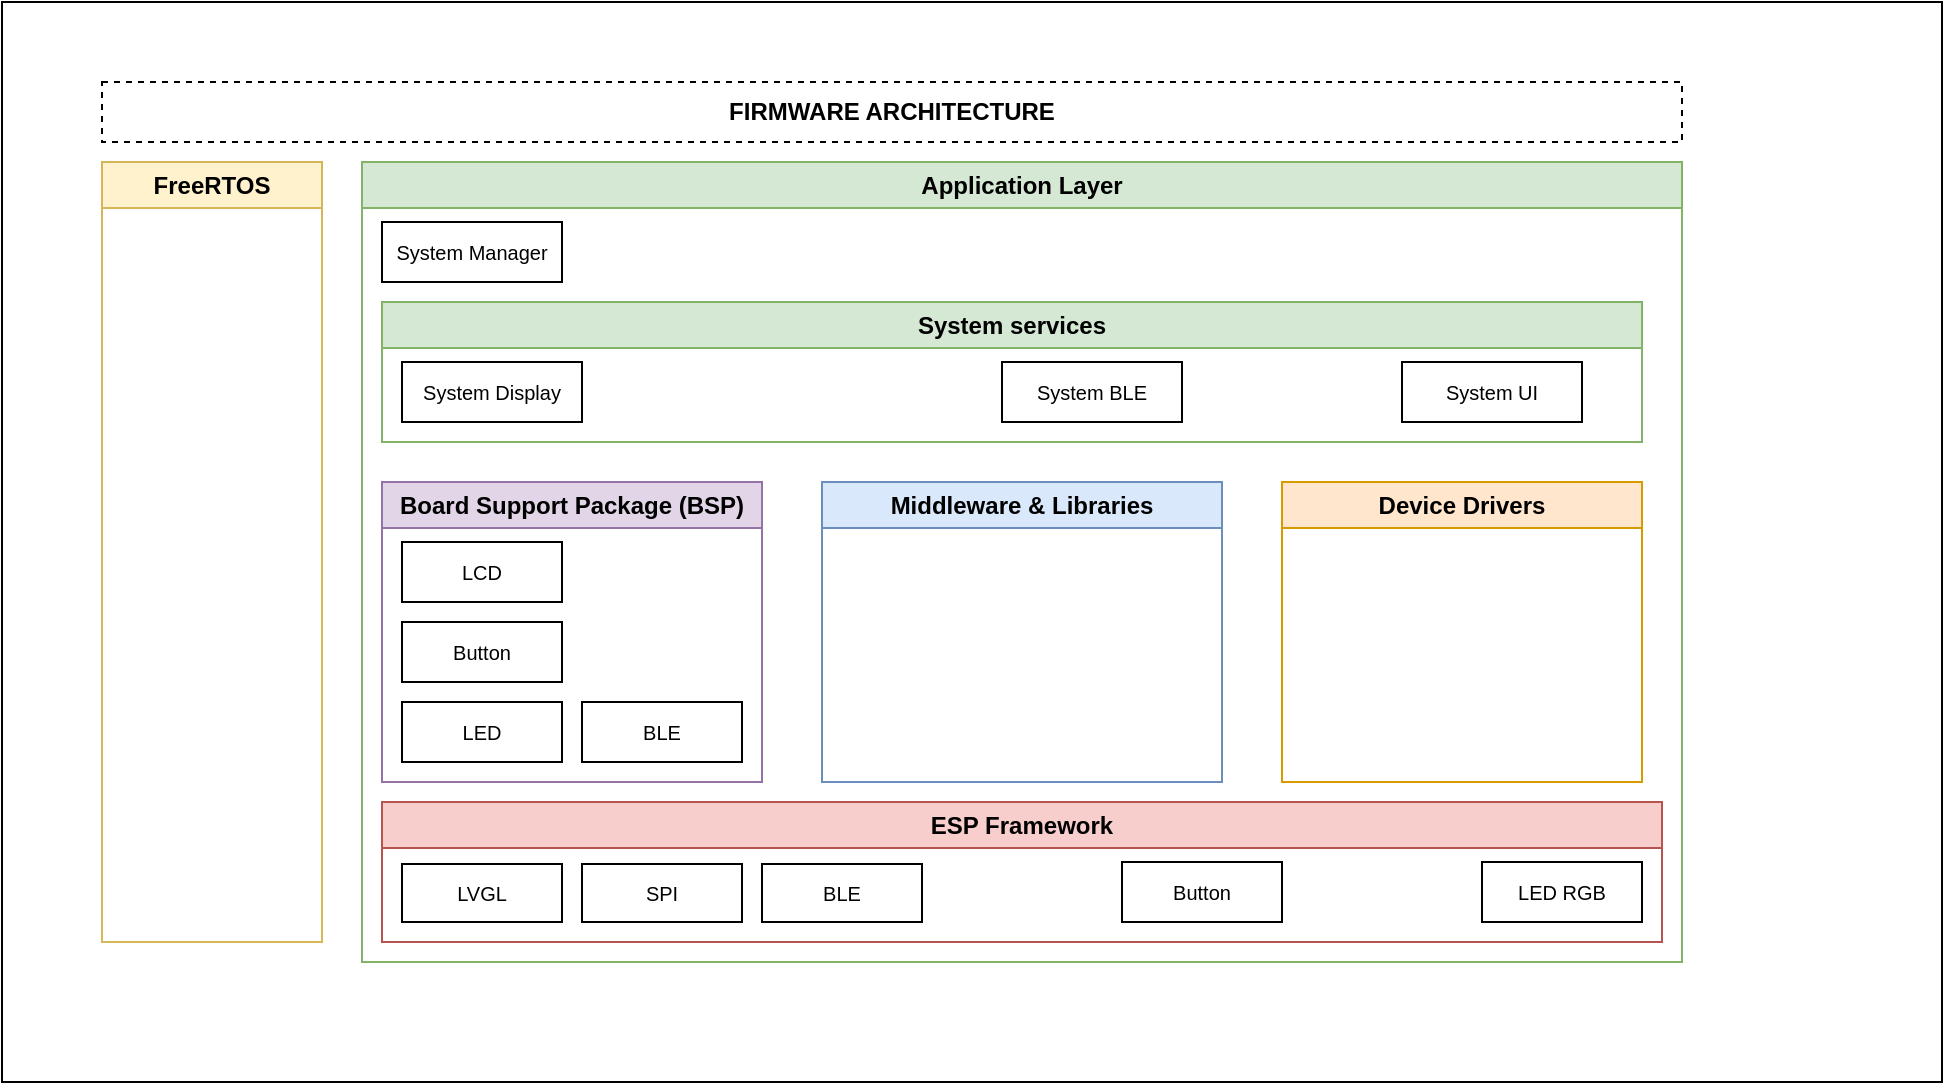
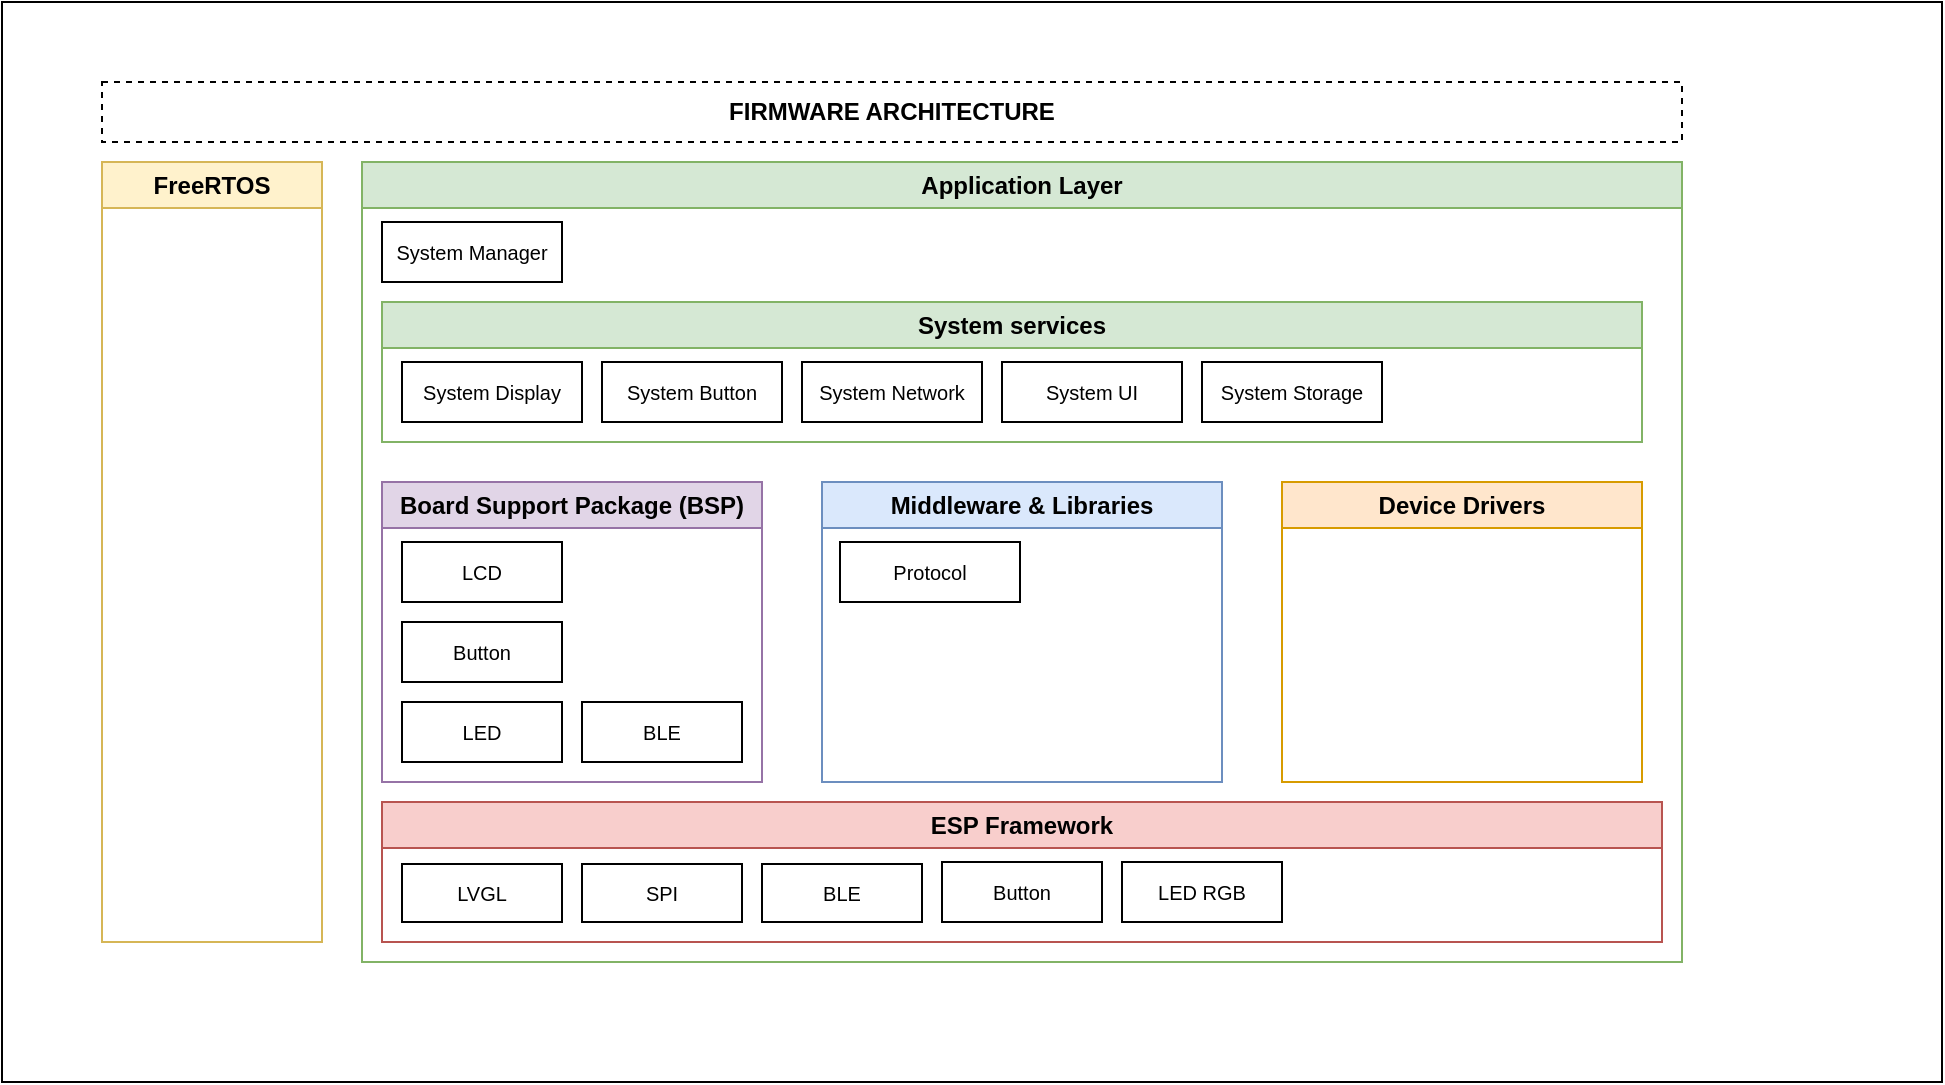
<mxfile host="65bd71144e">
    <diagram id="C5RBs43oDa-KdzZeNtuy" name="Page-1">
-         <mxGraphModel dx="2261" dy="795" grid="1" gridSize="10" guides="1" tooltips="1" connect="1" arrows="1" fold="1" page="1" pageScale="1" pageWidth="827" pageHeight="1169" math="0" shadow="0">
+         <mxGraphModel dx="1948" dy="476" grid="1" gridSize="10" guides="1" tooltips="1" connect="1" arrows="1" fold="1" page="1" pageScale="1" pageWidth="827" pageHeight="1169" math="0" shadow="0">
            <root>
                <mxCell id="WIyWlLk6GJQsqaUBKTNV-0"/>
                <mxCell id="WIyWlLk6GJQsqaUBKTNV-1" parent="WIyWlLk6GJQsqaUBKTNV-0"/>
                <mxCell id="16" value="" style="rounded=0;whiteSpace=wrap;html=1;" parent="WIyWlLk6GJQsqaUBKTNV-1" vertex="1">
                    <mxGeometry x="-50" y="390" width="970" height="540" as="geometry"/>
                </mxCell>
                <mxCell id="03lXVdggz8M708RV7IZC-12" value="ESP Framework" style="swimlane;whiteSpace=wrap;html=1;fillColor=#f8cecc;strokeColor=#b85450;" parent="WIyWlLk6GJQsqaUBKTNV-1" vertex="1">
                    <mxGeometry x="140" y="790" width="640" height="70" as="geometry">
                        <mxRectangle x="200" y="560" width="140" height="30" as="alternateBounds"/>
                    </mxGeometry>
                </mxCell>
                <mxCell id="dJ-mY9FMEKMFqIc_xiL3-14" value="LVGL" style="text;align=center;verticalAlign=middle;spacingLeft=4;spacingRight=4;overflow=hidden;rotatable=0;points=[[0,0.5],[1,0.5]];portConstraint=eastwest;strokeColor=default;labelPosition=center;verticalLabelPosition=middle;labelBorderColor=none;labelBackgroundColor=none;direction=north;fillColor=none;gradientColor=none;rounded=0;glass=0;shadow=0;flipH=0;flipV=1;fontSize=10;" parent="03lXVdggz8M708RV7IZC-12" vertex="1">
                    <mxGeometry x="10" y="31" width="80" height="29" as="geometry"/>
                </mxCell>
                <mxCell id="0" value="SPI" style="text;align=center;verticalAlign=middle;spacingLeft=4;spacingRight=4;overflow=hidden;rotatable=0;points=[[0,0.5],[1,0.5]];portConstraint=eastwest;strokeColor=default;labelPosition=center;verticalLabelPosition=middle;labelBorderColor=none;labelBackgroundColor=none;direction=north;fillColor=none;gradientColor=none;rounded=0;glass=0;shadow=0;flipH=0;flipV=1;fontSize=10;" parent="03lXVdggz8M708RV7IZC-12" vertex="1">
                    <mxGeometry x="100" y="31" width="80" height="29" as="geometry"/>
                </mxCell>
                <mxCell id="1" value="BLE" style="text;align=center;verticalAlign=middle;spacingLeft=4;spacingRight=4;overflow=hidden;rotatable=0;points=[[0,0.5],[1,0.5]];portConstraint=eastwest;strokeColor=default;labelPosition=center;verticalLabelPosition=middle;labelBorderColor=none;labelBackgroundColor=none;direction=north;fillColor=none;gradientColor=none;rounded=0;glass=0;shadow=0;flipH=0;flipV=1;fontSize=10;" parent="03lXVdggz8M708RV7IZC-12" vertex="1">
                    <mxGeometry x="190" y="31" width="80" height="29" as="geometry"/>
                </mxCell>
                <mxCell id="03lXVdggz8M708RV7IZC-17" value="Board Support Package (BSP)" style="swimlane;whiteSpace=wrap;html=1;fillColor=#e1d5e7;strokeColor=#9673a6;" parent="WIyWlLk6GJQsqaUBKTNV-1" vertex="1">
                    <mxGeometry x="140" y="630" width="190" height="150" as="geometry">
                        <mxRectangle x="130" y="630" width="210" height="30" as="alternateBounds"/>
                    </mxGeometry>
                </mxCell>
                <mxCell id="03lXVdggz8M708RV7IZC-18" value="LCD" style="text;align=center;verticalAlign=middle;spacingLeft=4;spacingRight=4;overflow=hidden;rotatable=0;points=[[0,0.5],[1,0.5]];portConstraint=eastwest;strokeColor=default;labelPosition=center;verticalLabelPosition=middle;labelBorderColor=none;labelBackgroundColor=none;direction=north;fillColor=none;gradientColor=none;rounded=0;glass=0;shadow=0;flipH=0;flipV=1;fontSize=10;" parent="03lXVdggz8M708RV7IZC-17" vertex="1">
                    <mxGeometry x="10" y="30" width="80" height="30" as="geometry"/>
                </mxCell>
                <mxCell id="03lXVdggz8M708RV7IZC-26" value="Middleware &amp;amp; Libraries" style="swimlane;whiteSpace=wrap;html=1;fillColor=#dae8fc;strokeColor=#6c8ebf;" parent="WIyWlLk6GJQsqaUBKTNV-1" vertex="1">
                    <mxGeometry x="360" y="630" width="200" height="150" as="geometry">
                        <mxRectangle x="300" y="550" width="210" height="30" as="alternateBounds"/>
                    </mxGeometry>
                </mxCell>
                <mxCell id="03lXVdggz8M708RV7IZC-33" value="Device Drivers" style="swimlane;whiteSpace=wrap;html=1;fillColor=#ffe6cc;strokeColor=#d79b00;" parent="WIyWlLk6GJQsqaUBKTNV-1" vertex="1">
                    <mxGeometry x="590" y="630" width="180" height="150" as="geometry">
                        <mxRectangle x="300" y="550" width="210" height="30" as="alternateBounds"/>
                    </mxGeometry>
                </mxCell>
                <mxCell id="kEuUtvvU3t5RZF5bv2r5-0" value="Application Layer" style="swimlane;whiteSpace=wrap;html=1;fillColor=#d5e8d4;strokeColor=#82b366;" parent="WIyWlLk6GJQsqaUBKTNV-1" vertex="1">
                    <mxGeometry x="130" y="470" width="660" height="400" as="geometry"/>
                </mxCell>
                <mxCell id="kEuUtvvU3t5RZF5bv2r5-1" value="System Manager" style="text;align=center;verticalAlign=middle;spacingLeft=4;spacingRight=4;overflow=hidden;rotatable=0;points=[[0,0.5],[1,0.5]];portConstraint=eastwest;strokeColor=default;labelPosition=center;verticalLabelPosition=middle;labelBorderColor=none;labelBackgroundColor=none;direction=north;fillColor=none;gradientColor=none;rounded=0;glass=0;shadow=0;flipH=0;flipV=1;fontSize=10;" parent="kEuUtvvU3t5RZF5bv2r5-0" vertex="1">
                    <mxGeometry x="10" y="30" width="90" height="30" as="geometry"/>
                </mxCell>
                <mxCell id="kEuUtvvU3t5RZF5bv2r5-2" value="System services" style="swimlane;whiteSpace=wrap;html=1;fillColor=#d5e8d4;strokeColor=#82b366;" parent="kEuUtvvU3t5RZF5bv2r5-0" vertex="1">
                    <mxGeometry x="10" y="70" width="630" height="70" as="geometry"/>
                </mxCell>
                <mxCell id="kEuUtvvU3t5RZF5bv2r5-8" value="System Display" style="text;align=center;verticalAlign=middle;spacingLeft=4;spacingRight=4;overflow=hidden;rotatable=0;points=[[0,0.5],[1,0.5]];portConstraint=eastwest;strokeColor=default;labelPosition=center;verticalLabelPosition=middle;labelBorderColor=none;labelBackgroundColor=none;direction=north;fillColor=none;gradientColor=none;rounded=0;glass=0;shadow=0;flipH=0;flipV=1;fontSize=10;" parent="kEuUtvvU3t5RZF5bv2r5-2" vertex="1">
                    <mxGeometry x="10" y="30" width="90" height="30" as="geometry"/>
                </mxCell>
-                 <mxCell id="13" value="System BLE" style="text;align=center;verticalAlign=middle;spacingLeft=4;spacingRight=4;overflow=hidden;rotatable=0;points=[[0,0.5],[1,0.5]];portConstraint=eastwest;strokeColor=default;labelPosition=center;verticalLabelPosition=middle;labelBorderColor=none;labelBackgroundColor=none;direction=north;fillColor=none;gradientColor=none;rounded=0;glass=0;shadow=0;flipH=0;flipV=1;fontSize=10;" parent="kEuUtvvU3t5RZF5bv2r5-2" vertex="1">
+                 <mxCell id="13" value="System Network" style="text;align=center;verticalAlign=middle;spacingLeft=4;spacingRight=4;overflow=hidden;rotatable=0;points=[[0,0.5],[1,0.5]];portConstraint=eastwest;strokeColor=default;labelPosition=center;verticalLabelPosition=middle;labelBorderColor=none;labelBackgroundColor=none;direction=north;fillColor=none;gradientColor=none;rounded=0;glass=0;shadow=0;flipH=0;flipV=1;fontSize=10;" parent="kEuUtvvU3t5RZF5bv2r5-2" vertex="1">
+                     <mxGeometry x="210" y="30" width="90" height="30" as="geometry"/>
+                 </mxCell>
+                 <mxCell id="15" value="System UI" style="text;align=center;verticalAlign=middle;spacingLeft=4;spacingRight=4;overflow=hidden;rotatable=0;points=[[0,0.5],[1,0.5]];portConstraint=eastwest;strokeColor=default;labelPosition=center;verticalLabelPosition=middle;labelBorderColor=none;labelBackgroundColor=none;direction=north;fillColor=none;gradientColor=none;rounded=0;glass=0;shadow=0;flipH=0;flipV=1;fontSize=10;" parent="kEuUtvvU3t5RZF5bv2r5-2" vertex="1">
                    <mxGeometry x="310" y="30" width="90" height="30" as="geometry"/>
                </mxCell>
-                 <mxCell id="15" value="System UI" style="text;align=center;verticalAlign=middle;spacingLeft=4;spacingRight=4;overflow=hidden;rotatable=0;points=[[0,0.5],[1,0.5]];portConstraint=eastwest;strokeColor=default;labelPosition=center;verticalLabelPosition=middle;labelBorderColor=none;labelBackgroundColor=none;direction=north;fillColor=none;gradientColor=none;rounded=0;glass=0;shadow=0;flipH=0;flipV=1;fontSize=10;" parent="kEuUtvvU3t5RZF5bv2r5-2" vertex="1">
-                     <mxGeometry x="510" y="30" width="90" height="30" as="geometry"/>
+                 <mxCell id="PRTqRGUFrLDGeIXKfcso-16" value="System Button" style="text;align=center;verticalAlign=middle;spacingLeft=4;spacingRight=4;overflow=hidden;rotatable=0;points=[[0,0.5],[1,0.5]];portConstraint=eastwest;strokeColor=default;labelPosition=center;verticalLabelPosition=middle;labelBorderColor=none;labelBackgroundColor=none;direction=north;fillColor=none;gradientColor=none;rounded=0;glass=0;shadow=0;flipH=0;flipV=1;fontSize=10;" vertex="1" parent="kEuUtvvU3t5RZF5bv2r5-2">
+                     <mxGeometry x="110" y="30" width="90" height="30" as="geometry"/>
+                 </mxCell>
+                 <mxCell id="OecvCvfDnlIE35BbcZs1-16" value="System Storage" style="text;align=center;verticalAlign=middle;spacingLeft=4;spacingRight=4;overflow=hidden;rotatable=0;points=[[0,0.5],[1,0.5]];portConstraint=eastwest;strokeColor=default;labelPosition=center;verticalLabelPosition=middle;labelBorderColor=none;labelBackgroundColor=none;direction=north;fillColor=none;gradientColor=none;rounded=0;glass=0;shadow=0;flipH=0;flipV=1;fontSize=10;" vertex="1" parent="kEuUtvvU3t5RZF5bv2r5-2">
+                     <mxGeometry x="410" y="30" width="90" height="30" as="geometry"/>
                </mxCell>
                <mxCell id="2" value="FreeRTOS" style="swimlane;whiteSpace=wrap;html=1;fillColor=#fff2cc;strokeColor=#d6b656;startSize=23;" parent="kEuUtvvU3t5RZF5bv2r5-0" vertex="1">
                    <mxGeometry x="-130" width="110" height="390" as="geometry">
                        <mxRectangle x="200" y="560" width="140" height="30" as="alternateBounds"/>
                    </mxGeometry>
                </mxCell>
                <mxCell id="03lXVdggz8M708RV7IZC-34" value="Button" style="text;align=center;verticalAlign=middle;spacingLeft=4;spacingRight=4;overflow=hidden;rotatable=0;points=[[0,0.5],[1,0.5]];portConstraint=eastwest;strokeColor=default;labelPosition=center;verticalLabelPosition=middle;labelBorderColor=none;labelBackgroundColor=none;direction=north;fillColor=none;gradientColor=none;rounded=0;glass=0;shadow=0;flipH=0;flipV=1;fontSize=10;" parent="kEuUtvvU3t5RZF5bv2r5-0" vertex="1">
+                     <mxGeometry x="290" y="350" width="80" height="30" as="geometry"/>
+                 </mxCell>
+                 <mxCell id="7" value="LED RGB" style="text;align=center;verticalAlign=middle;spacingLeft=4;spacingRight=4;overflow=hidden;rotatable=0;points=[[0,0.5],[1,0.5]];portConstraint=eastwest;strokeColor=default;labelPosition=center;verticalLabelPosition=middle;labelBorderColor=none;labelBackgroundColor=none;direction=north;fillColor=none;gradientColor=none;rounded=0;glass=0;shadow=0;flipH=0;flipV=1;fontSize=10;" parent="kEuUtvvU3t5RZF5bv2r5-0" vertex="1">
                    <mxGeometry x="380" y="350" width="80" height="30" as="geometry"/>
-                 </mxCell>
-                 <mxCell id="7" value="LED RGB" style="text;align=center;verticalAlign=middle;spacingLeft=4;spacingRight=4;overflow=hidden;rotatable=0;points=[[0,0.5],[1,0.5]];portConstraint=eastwest;strokeColor=default;labelPosition=center;verticalLabelPosition=middle;labelBorderColor=none;labelBackgroundColor=none;direction=north;fillColor=none;gradientColor=none;rounded=0;glass=0;shadow=0;flipH=0;flipV=1;fontSize=10;" parent="kEuUtvvU3t5RZF5bv2r5-0" vertex="1">
-                     <mxGeometry x="560" y="350" width="80" height="30" as="geometry"/>
                </mxCell>
                <mxCell id="9" value="Button" style="text;align=center;verticalAlign=middle;spacingLeft=4;spacingRight=4;overflow=hidden;rotatable=0;points=[[0,0.5],[1,0.5]];portConstraint=eastwest;strokeColor=default;labelPosition=center;verticalLabelPosition=middle;labelBorderColor=none;labelBackgroundColor=none;direction=north;fillColor=none;gradientColor=none;rounded=0;glass=0;shadow=0;flipH=0;flipV=1;fontSize=10;" parent="kEuUtvvU3t5RZF5bv2r5-0" vertex="1">
                    <mxGeometry x="20" y="230" width="80" height="30" as="geometry"/>
                </mxCell>
                <mxCell id="11" value="LED" style="text;align=center;verticalAlign=middle;spacingLeft=4;spacingRight=4;overflow=hidden;rotatable=0;points=[[0,0.5],[1,0.5]];portConstraint=eastwest;strokeColor=default;labelPosition=center;verticalLabelPosition=middle;labelBorderColor=none;labelBackgroundColor=none;direction=north;fillColor=none;gradientColor=none;rounded=0;glass=0;shadow=0;flipH=0;flipV=1;fontSize=10;" parent="kEuUtvvU3t5RZF5bv2r5-0" vertex="1">
                    <mxGeometry x="20" y="270" width="80" height="30" as="geometry"/>
                </mxCell>
                <mxCell id="12" value="BLE" style="text;align=center;verticalAlign=middle;spacingLeft=4;spacingRight=4;overflow=hidden;rotatable=0;points=[[0,0.5],[1,0.5]];portConstraint=eastwest;strokeColor=default;labelPosition=center;verticalLabelPosition=middle;labelBorderColor=none;labelBackgroundColor=none;direction=north;fillColor=none;gradientColor=none;rounded=0;glass=0;shadow=0;flipH=0;flipV=1;fontSize=10;" parent="kEuUtvvU3t5RZF5bv2r5-0" vertex="1">
                    <mxGeometry x="110" y="270" width="80" height="30" as="geometry"/>
                </mxCell>
                <mxCell id="kEuUtvvU3t5RZF5bv2r5-4" value="&lt;b&gt;FIRMWARE ARCHITECTURE&lt;/b&gt;" style="rounded=0;whiteSpace=wrap;html=1;dashed=1;" parent="WIyWlLk6GJQsqaUBKTNV-1" vertex="1">
                    <mxGeometry y="430" width="790" height="30" as="geometry"/>
+                 </mxCell>
+                 <mxCell id="8HLLhzynoTgcmSLXTPrd-16" value="Protocol" style="text;align=center;verticalAlign=middle;spacingLeft=4;spacingRight=4;overflow=hidden;rotatable=0;points=[[0,0.5],[1,0.5]];portConstraint=eastwest;strokeColor=default;labelPosition=center;verticalLabelPosition=middle;labelBorderColor=none;labelBackgroundColor=none;direction=north;fillColor=none;gradientColor=none;rounded=0;glass=0;shadow=0;flipH=0;flipV=1;fontSize=10;" vertex="1" parent="WIyWlLk6GJQsqaUBKTNV-1">
+                     <mxGeometry x="369" y="660" width="90" height="30" as="geometry"/>
                </mxCell>
            </root>
        </mxGraphModel>
    </diagram>
    <diagram id="CZGuIqOx78d8-MIPqaiz" name="Page-2">
-         <mxGraphModel dx="6934" dy="2497" grid="1" gridSize="10" guides="1" tooltips="1" connect="1" arrows="1" fold="1" page="1" pageScale="1" pageWidth="1100" pageHeight="850" math="0" shadow="0">
+         <mxGraphModel dx="7293" dy="2461" grid="1" gridSize="10" guides="1" tooltips="1" connect="1" arrows="1" fold="1" page="1" pageScale="1" pageWidth="1100" pageHeight="850" math="0" shadow="0">
            <root>
                <mxCell id="0"/>
                <mxCell id="1" parent="0"/>
                <mxCell id="MiA4n1oYire04GwYlbGZ-25" style="edgeStyle=none;html=1;exitX=1;exitY=0.5;exitDx=0;exitDy=0;entryX=0;entryY=0.5;entryDx=0;entryDy=0;" parent="1" source="MiA4n1oYire04GwYlbGZ-23" target="MiA4n1oYire04GwYlbGZ-22" edge="1">
                    <mxGeometry relative="1" as="geometry"/>
                </mxCell>
                <mxCell id="MiA4n1oYire04GwYlbGZ-23" value="" style="rounded=0;whiteSpace=wrap;html=1;strokeWidth=2;fontSize=16;strokeColor=#36393d;fillColor=#eeeeee;align=left;" parent="1" vertex="1">
                    <mxGeometry x="-2080" y="-1023.32" width="580" height="790" as="geometry"/>
                </mxCell>
                <mxCell id="Zth9EPfPfc2Ux-W3ubJR-13" value="" style="rounded=0;whiteSpace=wrap;html=1;strokeWidth=2;fontSize=16;strokeColor=light-dark(#009900, #EDEDED);" parent="1" vertex="1">
                    <mxGeometry x="-4967" y="-960" width="1470" height="753.57" as="geometry"/>
                </mxCell>
                <mxCell id="Zth9EPfPfc2Ux-W3ubJR-14" value="" style="rounded=0;whiteSpace=wrap;html=1;strokeWidth=2;strokeColor=#0000FF;dashed=1;fontSize=16;" parent="1" vertex="1">
                    <mxGeometry x="-4685" y="-880" width="952.75" height="629.49" as="geometry"/>
                </mxCell>
                <mxCell id="Zth9EPfPfc2Ux-W3ubJR-110" value="" style="rounded=0;whiteSpace=wrap;html=1;strokeWidth=2;fontSize=16;strokeColor=#009900;" parent="1" vertex="1">
                    <mxGeometry x="-4710.003" y="-1135.245" width="118.11" height="59.055" as="geometry"/>
                </mxCell>
                <mxCell id="Zth9EPfPfc2Ux-W3ubJR-111" value="" style="rounded=0;whiteSpace=wrap;html=1;strokeWidth=2;fontSize=16;" parent="1" vertex="1">
                    <mxGeometry x="-4406.853999999999" y="-1048.6309999999999" width="118.11" height="59.055" as="geometry"/>
                </mxCell>
                <mxCell id="Zth9EPfPfc2Ux-W3ubJR-112" value="" style="rounded=0;whiteSpace=wrap;html=1;strokeWidth=2;strokeColor=#0000FF;dashed=1;fontSize=16;" parent="1" vertex="1">
                    <mxGeometry x="-4710.003" y="-1044.694" width="118.11" height="59.055" as="geometry"/>
                </mxCell>
                <mxCell id="Zth9EPfPfc2Ux-W3ubJR-113" value="" style="endArrow=classic;startArrow=classic;html=1;rounded=0;entryX=0.498;entryY=0.113;entryDx=0;entryDy=0;entryPerimeter=0;fontSize=16;strokeWidth=2;" parent="1" edge="1">
                    <mxGeometry width="50" height="50" relative="1" as="geometry">
                        <mxPoint x="-4407.7" y="-1125.35" as="sourcePoint"/>
                        <mxPoint x="-4309.474" y="-1125.453" as="targetPoint"/>
                    </mxGeometry>
                </mxCell>
                <mxCell id="Zth9EPfPfc2Ux-W3ubJR-114" value="" style="endArrow=classic;startArrow=none;html=1;rounded=0;entryX=0.498;entryY=0.113;entryDx=0;entryDy=0;entryPerimeter=0;startFill=0;fontSize=16;strokeWidth=2;" parent="1" edge="1">
                    <mxGeometry width="50" height="50" relative="1" as="geometry">
                        <mxPoint x="-4407.7029999999995" y="-1101.7930000000001" as="sourcePoint"/>
                        <mxPoint x="-4309.7029999999995" y="-1102.2330000000002" as="targetPoint"/>
                    </mxGeometry>
                </mxCell>
                <mxCell id="Zth9EPfPfc2Ux-W3ubJR-115" value="Main Device" style="text;html=1;align=center;verticalAlign=middle;whiteSpace=wrap;rounded=0;fontSize=16;" parent="1" vertex="1">
                    <mxGeometry x="-4587.004999999999" y="-1121.4609999999998" width="133.858" height="31.496" as="geometry"/>
                </mxCell>
                <mxCell id="Zth9EPfPfc2Ux-W3ubJR-116" value="Software Module" style="text;html=1;align=center;verticalAlign=middle;whiteSpace=wrap;rounded=0;fontSize=16;" parent="1" vertex="1">
                    <mxGeometry x="-4572.208" y="-1032.8829999999998" width="129.921" height="31.496" as="geometry"/>
                </mxCell>
                <mxCell id="Zth9EPfPfc2Ux-W3ubJR-117" value="Hardware Module" style="text;html=1;align=left;verticalAlign=middle;whiteSpace=wrap;rounded=0;fontSize=16;" parent="1" vertex="1">
                    <mxGeometry x="-4257.0019999999995" y="-1030.9129999999998" width="192.91299999999998" height="31.496" as="geometry"/>
                </mxCell>
                <mxCell id="Zth9EPfPfc2Ux-W3ubJR-118" value="Undirectional Interface" style="text;html=1;align=center;verticalAlign=middle;whiteSpace=wrap;rounded=0;fontSize=16;" parent="1" vertex="1">
                    <mxGeometry x="-4272.995999999999" y="-1131.308" width="192.91299999999998" height="15.748" as="geometry"/>
                </mxCell>
                <mxCell id="Zth9EPfPfc2Ux-W3ubJR-119" value="Bidirectional Interface" style="text;html=1;align=center;verticalAlign=middle;whiteSpace=wrap;rounded=0;fontSize=16;" parent="1" vertex="1">
                    <mxGeometry x="-4272.995999999999" y="-1111.6229999999998" width="188.976" height="15.748" as="geometry"/>
                </mxCell>
                <mxCell id="Zth9EPfPfc2Ux-W3ubJR-121" value="&lt;b&gt;RGB LED&lt;/b&gt;" style="rounded=0;whiteSpace=wrap;html=1;strokeWidth=2;fontSize=16;strokeColor=default;align=center;verticalAlign=middle;fontFamily=Helvetica;fontColor=default;fillColor=default;" parent="1" vertex="1">
                    <mxGeometry x="-3681" y="-544" width="145.67" height="69" as="geometry"/>
                </mxCell>
                <mxCell id="Zth9EPfPfc2Ux-W3ubJR-125" value="&lt;b&gt;Flash&lt;/b&gt;" style="rounded=0;whiteSpace=wrap;html=1;strokeWidth=2;fontSize=16;strokeColor=default;align=center;verticalAlign=middle;fontFamily=Helvetica;fontColor=default;fillColor=default;" parent="1" vertex="1">
                    <mxGeometry x="-4905" y="-565.93" width="145.67" height="66.93" as="geometry"/>
                </mxCell>
                <mxCell id="Zth9EPfPfc2Ux-W3ubJR-127" value="&lt;b&gt;Button&lt;/b&gt;" style="rounded=0;whiteSpace=wrap;html=1;strokeWidth=2;fontSize=16;strokeColor=default;align=center;verticalAlign=middle;fontFamily=Helvetica;fontColor=default;fillColor=default;" parent="1" vertex="1">
                    <mxGeometry x="-4904" y="-345" width="153.92" height="66.93" as="geometry"/>
                </mxCell>
                <mxCell id="Zth9EPfPfc2Ux-W3ubJR-129" value="&lt;b&gt;System Network&lt;/b&gt;" style="rounded=0;whiteSpace=wrap;html=1;strokeWidth=2;strokeColor=#0000FF;dashed=1;fontSize=16;" parent="1" vertex="1">
                    <mxGeometry x="-3992.2119999999995" y="-829.4140000000002" width="196.85" height="118.11" as="geometry"/>
                </mxCell>
                <mxCell id="Zth9EPfPfc2Ux-W3ubJR-131" value="&lt;b&gt;System Manager&lt;/b&gt;" style="rounded=0;whiteSpace=wrap;html=1;strokeWidth=2;strokeColor=#0000FF;dashed=1;fontSize=16;snapToPoint=0;fixDash=0;container=0;dropTarget=0;arcSize=12;" parent="1" vertex="1">
                    <mxGeometry x="-4323" y="-733" width="261.9" height="213" as="geometry"/>
                </mxCell>
                <mxCell id="Zth9EPfPfc2Ux-W3ubJR-133" style="edgeStyle=orthogonalEdgeStyle;rounded=1;orthogonalLoop=1;jettySize=auto;html=1;exitX=1;exitY=0.5;exitDx=0;exitDy=0;entryX=0;entryY=0.75;entryDx=0;entryDy=0;strokeColor=default;strokeWidth=2;align=center;verticalAlign=middle;fontFamily=Helvetica;fontSize=16;fontColor=default;labelBackgroundColor=default;startArrow=classic;startFill=1;endArrow=none;curved=0;" parent="1" source="Zth9EPfPfc2Ux-W3ubJR-134" target="Zth9EPfPfc2Ux-W3ubJR-131" edge="1">
                    <mxGeometry relative="1" as="geometry"/>
                </mxCell>
                <mxCell id="Zth9EPfPfc2Ux-W3ubJR-134" value="&lt;b&gt;System&amp;nbsp;&lt;/b&gt;&lt;b&gt;Storage&lt;/b&gt;" style="rounded=0;whiteSpace=wrap;html=1;strokeWidth=2;strokeColor=#0000FF;dashed=1;fontSize=16;" parent="1" vertex="1">
                    <mxGeometry x="-4631.969999999999" y="-563.959" width="208.661" height="62.992" as="geometry"/>
                </mxCell>
                <mxCell id="Zth9EPfPfc2Ux-W3ubJR-138" value="&lt;b&gt;System Button&lt;/b&gt;" style="rounded=0;whiteSpace=wrap;html=1;strokeWidth=2;strokeColor=#0000FF;dashed=1;fontSize=16;" parent="1" vertex="1">
                    <mxGeometry x="-4635.91" y="-349.93" width="208.66" height="69.93" as="geometry"/>
                </mxCell>
                <mxCell id="Zth9EPfPfc2Ux-W3ubJR-140" value="&lt;b&gt;System UI&lt;/b&gt;" style="rounded=0;whiteSpace=wrap;html=1;strokeWidth=2;strokeColor=#0000FF;dashed=1;fontSize=16;" parent="1" vertex="1">
                    <mxGeometry x="-3992.21" y="-531" width="196.85" height="86" as="geometry"/>
                </mxCell>
                <mxCell id="Zth9EPfPfc2Ux-W3ubJR-146" value="" style="endArrow=classic;startArrow=classic;html=1;rounded=0;entryX=0;entryY=0.5;entryDx=0;entryDy=0;startFill=1;fontSize=16;strokeWidth=2;exitX=1;exitY=0.5;exitDx=0;exitDy=0;" parent="1" source="Zth9EPfPfc2Ux-W3ubJR-125" target="Zth9EPfPfc2Ux-W3ubJR-134" edge="1">
                    <mxGeometry width="50" height="50" relative="1" as="geometry">
                        <mxPoint x="-4744.063" y="-575.4130000000001" as="sourcePoint"/>
                        <mxPoint x="-4629.063" y="-575.4130000000001" as="targetPoint"/>
                    </mxGeometry>
                </mxCell>
                <mxCell id="Zth9EPfPfc2Ux-W3ubJR-148" value="" style="endArrow=classic;startArrow=none;html=1;rounded=0;entryX=0;entryY=0.545;entryDx=0;entryDy=0;startFill=0;fontSize=16;strokeWidth=2;exitX=1;exitY=0.5;exitDx=0;exitDy=0;entryPerimeter=0;" parent="1" source="Zth9EPfPfc2Ux-W3ubJR-127" target="Zth9EPfPfc2Ux-W3ubJR-138" edge="1">
                    <mxGeometry width="50" height="50" relative="1" as="geometry">
                        <mxPoint x="-4745.003000000001" y="-306.073" as="sourcePoint"/>
                        <mxPoint x="-4628.003000000001" y="-306.073" as="targetPoint"/>
                    </mxGeometry>
                </mxCell>
                <mxCell id="Zth9EPfPfc2Ux-W3ubJR-149" value="&lt;b&gt;Device Software on Microcontroller&lt;/b&gt;" style="text;html=1;align=center;verticalAlign=middle;whiteSpace=wrap;rounded=0;fontSize=16;" parent="1" vertex="1">
                    <mxGeometry x="-4685.004000000001" y="-929.996" width="279.527" height="35.433" as="geometry"/>
                </mxCell>
                <mxCell id="Zth9EPfPfc2Ux-W3ubJR-153" value="" style="endArrow=classic;startArrow=classic;html=1;rounded=1;entryX=0;entryY=0.5;entryDx=0;entryDy=0;startFill=1;fontSize=16;strokeWidth=2;exitX=1;exitY=0.25;exitDx=0;exitDy=0;curved=0;" parent="1" source="Zth9EPfPfc2Ux-W3ubJR-131" target="Zth9EPfPfc2Ux-W3ubJR-129" edge="1">
                    <mxGeometry width="50" height="50" relative="1" as="geometry">
                        <mxPoint x="-4055.003" y="-716.9230000000002" as="sourcePoint"/>
                        <mxPoint x="-4029.003" y="-815.9230000000002" as="targetPoint"/>
                        <Array as="points">
                            <mxPoint x="-4026" y="-680"/>
                            <mxPoint x="-4028" y="-770"/>
                        </Array>
                    </mxGeometry>
                </mxCell>
                <mxCell id="Zth9EPfPfc2Ux-W3ubJR-155" value="" style="endArrow=classic;startArrow=none;html=1;rounded=1;entryX=0;entryY=0.5;entryDx=0;entryDy=0;startFill=0;fontSize=16;strokeWidth=2;exitX=1;exitY=0.75;exitDx=0;exitDy=0;curved=0;" parent="1" source="Zth9EPfPfc2Ux-W3ubJR-131" target="Zth9EPfPfc2Ux-W3ubJR-140" edge="1">
                    <mxGeometry width="50" height="50" relative="1" as="geometry">
                        <mxPoint x="-4047.003" y="-493.4130000000001" as="sourcePoint"/>
                        <mxPoint x="-3978.003" y="-417.4130000000001" as="targetPoint"/>
                        <Array as="points">
                            <mxPoint x="-4026" y="-574"/>
                            <mxPoint x="-4026" y="-487"/>
                        </Array>
                    </mxGeometry>
                </mxCell>
                <mxCell id="Zth9EPfPfc2Ux-W3ubJR-156" value="" style="rounded=0;whiteSpace=wrap;html=1;strokeWidth=2;fontSize=16;strokeColor=#FF8000;" parent="1" vertex="1">
                    <mxGeometry x="-4032.996" y="-1139.998" width="118.11" height="59.055" as="geometry"/>
                </mxCell>
                <mxCell id="Zth9EPfPfc2Ux-W3ubJR-157" value="Other Device" style="text;html=1;align=center;verticalAlign=middle;whiteSpace=wrap;rounded=0;fontSize=16;" parent="1" vertex="1">
                    <mxGeometry x="-3899" y="-1126.22" width="108.01" height="31.5" as="geometry"/>
                </mxCell>
                <mxCell id="Zth9EPfPfc2Ux-W3ubJR-158" value="&lt;b&gt;NeoWatch Application&lt;/b&gt;&lt;div&gt;&lt;b&gt;&lt;br&gt;&lt;/b&gt;&lt;/div&gt;" style="rounded=0;whiteSpace=wrap;html=1;strokeWidth=2;fontSize=16;strokeColor=#FF8000;" parent="1" vertex="1">
                    <mxGeometry x="-3423" y="-842" width="206" height="287" as="geometry"/>
                </mxCell>
                <mxCell id="Zth9EPfPfc2Ux-W3ubJR-159" value="" style="endArrow=classic;startArrow=none;html=1;rounded=1;entryX=0.5;entryY=1;entryDx=0;entryDy=0;startFill=0;fontSize=16;strokeWidth=2;exitX=1;exitY=0.5;exitDx=0;exitDy=0;curved=0;" parent="1" source="Zth9EPfPfc2Ux-W3ubJR-138" target="Zth9EPfPfc2Ux-W3ubJR-131" edge="1">
                    <mxGeometry width="50" height="50" relative="1" as="geometry">
                        <mxPoint x="-4394.003000000001" y="-321.003" as="sourcePoint"/>
                        <mxPoint x="-4229.003000000001" y="-419.003" as="targetPoint"/>
                        <Array as="points">
                            <mxPoint x="-4192" y="-314"/>
                        </Array>
                    </mxGeometry>
                </mxCell>
                <mxCell id="Zth9EPfPfc2Ux-W3ubJR-162" value="&lt;b&gt;NeoWatch Device&lt;/b&gt;" style="text;html=1;align=left;verticalAlign=middle;whiteSpace=wrap;rounded=0;fontSize=16;" parent="1" vertex="1">
                    <mxGeometry x="-4950" y="-950.0000000000001" width="159" height="35.43" as="geometry"/>
                </mxCell>
                <mxCell id="Zth9EPfPfc2Ux-W3ubJR-164" value="&lt;font style=&quot;font-size: 16px;&quot;&gt;Android/iOS&lt;/font&gt;" style="edgeLabel;html=1;align=center;verticalAlign=middle;resizable=0;points=[];" parent="1" vertex="1" connectable="0">
                    <mxGeometry x="-3323.996103448276" y="-651.0030000000002" as="geometry">
                        <mxPoint x="4" y="-32" as="offset"/>
                    </mxGeometry>
                </mxCell>
                <mxCell id="Zth9EPfPfc2Ux-W3ubJR-166" value="" style="endArrow=classic;startArrow=classic;html=1;rounded=0;entryX=0;entryY=0.25;entryDx=0;entryDy=0;startFill=1;fontSize=16;strokeWidth=2;exitX=1;exitY=0.5;exitDx=0;exitDy=0;" parent="1" source="Zth9EPfPfc2Ux-W3ubJR-129" target="Zth9EPfPfc2Ux-W3ubJR-158" edge="1">
                    <mxGeometry width="50" height="50" relative="1" as="geometry">
                        <mxPoint x="-3698.003" y="-778.093" as="sourcePoint"/>
                        <mxPoint x="-3629.003" y="-777.093" as="targetPoint"/>
                    </mxGeometry>
                </mxCell>
                <mxCell id="Zth9EPfPfc2Ux-W3ubJR-167" value="BLE" style="edgeLabel;html=1;align=center;verticalAlign=middle;resizable=0;points=[];fontSize=16;" parent="Zth9EPfPfc2Ux-W3ubJR-166" vertex="1" connectable="0">
                    <mxGeometry x="0.0357" relative="1" as="geometry">
                        <mxPoint x="-5" y="-15" as="offset"/>
                    </mxGeometry>
                </mxCell>
                <mxCell id="Zth9EPfPfc2Ux-W3ubJR-169" value="" style="endArrow=classic;startArrow=none;html=1;rounded=0;entryX=0;entryY=0.5;entryDx=0;entryDy=0;startFill=0;fontSize=16;strokeWidth=2;exitX=1;exitY=0.25;exitDx=0;exitDy=0;" parent="1" source="Zth9EPfPfc2Ux-W3ubJR-140" target="Zth9EPfPfc2Ux-W3ubJR-121" edge="1">
                    <mxGeometry width="50" height="50" relative="1" as="geometry">
                        <mxPoint x="-3778.993" y="-498.033" as="sourcePoint"/>
                        <mxPoint x="-3709.993" y="-497.033" as="targetPoint"/>
                    </mxGeometry>
                </mxCell>
                <mxCell id="Zth9EPfPfc2Ux-W3ubJR-179" value="" style="rounded=0;whiteSpace=wrap;html=1;strokeWidth=2;fontSize=16;strokeColor=#FF0000;" parent="1" vertex="1">
                    <mxGeometry x="-4032.995" y="-1056.1970000000003" width="118.11" height="59.055" as="geometry"/>
                </mxCell>
                <mxCell id="Zth9EPfPfc2Ux-W3ubJR-180" value="Person" style="text;html=1;align=left;verticalAlign=middle;whiteSpace=wrap;rounded=0;fontSize=16;" parent="1" vertex="1">
                    <mxGeometry x="-3888.1530000000002" y="-1042.423" width="107.01" height="31.5" as="geometry"/>
                </mxCell>
                <mxCell id="Zth9EPfPfc2Ux-W3ubJR-181" value="&lt;div style=&quot;text-align: left;&quot;&gt;&lt;b&gt;User&lt;/b&gt;&lt;/div&gt;" style="rounded=0;whiteSpace=wrap;html=1;strokeWidth=2;fontSize=16;strokeColor=#FF0000;" parent="1" vertex="1">
                    <mxGeometry x="-5368" y="-614" width="202" height="328" as="geometry"/>
                </mxCell>
                <mxCell id="Zth9EPfPfc2Ux-W3ubJR-186" value="" style="endArrow=classic;startArrow=none;html=1;rounded=1;entryX=0;entryY=0.5;entryDx=0;entryDy=0;startFill=0;fontSize=16;strokeWidth=2;exitX=1;exitY=0.75;exitDx=0;exitDy=0;curved=0;" parent="1" source="Zth9EPfPfc2Ux-W3ubJR-181" target="Zth9EPfPfc2Ux-W3ubJR-127" edge="1">
                    <mxGeometry width="50" height="50" relative="1" as="geometry">
                        <mxPoint x="-5150.003" y="-380.46299999999997" as="sourcePoint"/>
                        <mxPoint x="-4888.003" y="-352.46299999999997" as="targetPoint"/>
                        <Array as="points">
                            <mxPoint x="-5035" y="-367"/>
                            <mxPoint x="-5034" y="-312"/>
                        </Array>
                    </mxGeometry>
                </mxCell>
                <mxCell id="Zth9EPfPfc2Ux-W3ubJR-187" value="Click/Press" style="edgeLabel;html=1;align=center;verticalAlign=middle;resizable=0;points=[];fontSize=16;" parent="Zth9EPfPfc2Ux-W3ubJR-186" vertex="1" connectable="0">
                    <mxGeometry x="-0.6017" relative="1" as="geometry">
                        <mxPoint x="1" y="-16" as="offset"/>
                    </mxGeometry>
                </mxCell>
                <mxCell id="Zth9EPfPfc2Ux-W3ubJR-188" value="" style="endArrow=classic;startArrow=none;html=1;rounded=0;entryX=0.25;entryY=1;entryDx=0;entryDy=0;startFill=0;fontSize=16;strokeWidth=2;exitX=1;exitY=0.5;exitDx=0;exitDy=0;" parent="1" source="Zth9EPfPfc2Ux-W3ubJR-121" target="Zth9EPfPfc2Ux-W3ubJR-181" edge="1">
                    <mxGeometry width="50" height="50" relative="1" as="geometry">
                        <mxPoint x="-3433.003" y="-439.003" as="sourcePoint"/>
                        <mxPoint x="-3172.003" y="-441.003" as="targetPoint"/>
                        <Array as="points">
                            <mxPoint x="-3450" y="-510"/>
                            <mxPoint x="-3450" y="-340"/>
                            <mxPoint x="-3450" y="-160"/>
                            <mxPoint x="-5319" y="-160"/>
                        </Array>
                    </mxGeometry>
                </mxCell>
                <mxCell id="Zth9EPfPfc2Ux-W3ubJR-189" value="Light" style="edgeLabel;html=1;align=center;verticalAlign=middle;resizable=0;points=[];fontSize=16;" parent="Zth9EPfPfc2Ux-W3ubJR-188" vertex="1" connectable="0">
                    <mxGeometry x="0.9546" y="-1" relative="1" as="geometry">
                        <mxPoint x="21" y="-5" as="offset"/>
                    </mxGeometry>
                </mxCell>
                <mxCell id="s_T2cxLK8OoMs6LutuCZ-1" value="&lt;b&gt;System Display&lt;/b&gt;" style="rounded=0;whiteSpace=wrap;html=1;strokeWidth=2;strokeColor=#0000FF;dashed=1;fontSize=16;" parent="1" vertex="1">
                    <mxGeometry x="-3992.21" y="-410" width="196.85" height="86" as="geometry"/>
                </mxCell>
                <mxCell id="s_T2cxLK8OoMs6LutuCZ-3" value="" style="endArrow=classic;startArrow=none;html=1;rounded=1;entryX=0;entryY=0.5;entryDx=0;entryDy=0;startFill=0;fontSize=16;strokeWidth=2;exitX=0.75;exitY=1;exitDx=0;exitDy=0;curved=0;" parent="1" source="Zth9EPfPfc2Ux-W3ubJR-131" target="s_T2cxLK8OoMs6LutuCZ-1" edge="1">
                    <mxGeometry width="50" height="50" relative="1" as="geometry">
                        <mxPoint x="-4130.1" y="-467" as="sourcePoint"/>
                        <mxPoint x="-4061.1" y="-382" as="targetPoint"/>
                        <Array as="points">
                            <mxPoint x="-4127" y="-367"/>
                            <mxPoint x="-4095" y="-367"/>
                        </Array>
                    </mxGeometry>
                </mxCell>
                <mxCell id="s_T2cxLK8OoMs6LutuCZ-6" style="edgeStyle=none;html=1;exitX=1;exitY=0.5;exitDx=0;exitDy=0;rounded=0;strokeColor=default;strokeWidth=2;align=center;verticalAlign=middle;fontFamily=Helvetica;fontSize=16;fontColor=default;labelBackgroundColor=default;startArrow=none;startFill=0;endArrow=classic;" parent="1" source="s_T2cxLK8OoMs6LutuCZ-4" edge="1">
                    <mxGeometry relative="1" as="geometry">
                        <mxPoint x="-3450" y="-367" as="targetPoint"/>
                    </mxGeometry>
                </mxCell>
                <mxCell id="s_T2cxLK8OoMs6LutuCZ-4" value="&lt;b&gt;Screen&lt;/b&gt;" style="rounded=0;whiteSpace=wrap;html=1;strokeWidth=2;fontSize=16;strokeColor=default;align=center;verticalAlign=middle;fontFamily=Helvetica;fontColor=default;fillColor=default;" parent="1" vertex="1">
                    <mxGeometry x="-3681" y="-401.5" width="145.67" height="69" as="geometry"/>
                </mxCell>
                <mxCell id="s_T2cxLK8OoMs6LutuCZ-5" value="" style="endArrow=classic;startArrow=none;html=1;rounded=0;entryX=0;entryY=0.5;entryDx=0;entryDy=0;startFill=0;fontSize=16;strokeWidth=2;exitX=1;exitY=0.5;exitDx=0;exitDy=0;" parent="1" source="s_T2cxLK8OoMs6LutuCZ-1" target="s_T2cxLK8OoMs6LutuCZ-4" edge="1">
                    <mxGeometry width="50" height="50" relative="1" as="geometry">
                        <mxPoint x="-3785" y="-499" as="sourcePoint"/>
                        <mxPoint x="-3671" y="-500" as="targetPoint"/>
                    </mxGeometry>
                </mxCell>
                <mxCell id="4TwTlZcE6c9c0ARNET61-20" style="edgeStyle=none;html=1;exitX=1;exitY=0.5;exitDx=0;exitDy=0;entryX=0;entryY=0.5;entryDx=0;entryDy=0;startArrow=classic;startFill=1;" parent="1" source="4TwTlZcE6c9c0ARNET61-18" target="4TwTlZcE6c9c0ARNET61-19" edge="1">
                    <mxGeometry relative="1" as="geometry"/>
                </mxCell>
                <mxCell id="4TwTlZcE6c9c0ARNET61-18" value="&lt;div&gt;&lt;b&gt;System Manager&lt;/b&gt;&lt;/div&gt;" style="rounded=0;whiteSpace=wrap;html=1;strokeWidth=2;fontSize=16;strokeColor=#82b366;fillColor=#d5e8d4;" parent="1" vertex="1">
                    <mxGeometry x="-3020" y="-842" width="166" height="35.36" as="geometry"/>
                </mxCell>
                <mxCell id="4TwTlZcE6c9c0ARNET61-19" value="&lt;div&gt;&lt;b&gt;Other System&lt;/b&gt;&lt;/div&gt;" style="rounded=0;whiteSpace=wrap;html=1;strokeWidth=2;fontSize=16;strokeColor=#82b366;fillColor=#d5e8d4;" parent="1" vertex="1">
                    <mxGeometry x="-2794" y="-842" width="166" height="35.36" as="geometry"/>
                </mxCell>
                <mxCell id="4TwTlZcE6c9c0ARNET61-25" style="edgeStyle=none;html=1;exitX=1;exitY=0.5;exitDx=0;exitDy=0;entryX=0;entryY=0.5;entryDx=0;entryDy=0;" parent="1" source="4TwTlZcE6c9c0ARNET61-21" target="4TwTlZcE6c9c0ARNET61-22" edge="1">
                    <mxGeometry relative="1" as="geometry"/>
                </mxCell>
                <mxCell id="MiA4n1oYire04GwYlbGZ-11" style="edgeStyle=none;html=1;exitX=0.5;exitY=0;exitDx=0;exitDy=0;entryX=0;entryY=0.5;entryDx=0;entryDy=0;" parent="1" source="4TwTlZcE6c9c0ARNET61-21" target="MiA4n1oYire04GwYlbGZ-9" edge="1">
                    <mxGeometry relative="1" as="geometry">
                        <Array as="points">
                            <mxPoint x="-2937" y="-742"/>
                        </Array>
                    </mxGeometry>
                </mxCell>
                <mxCell id="4TwTlZcE6c9c0ARNET61-21" value="&lt;div&gt;&lt;b&gt;System Display&lt;/b&gt;&lt;/div&gt;" style="rounded=0;whiteSpace=wrap;html=1;strokeWidth=2;fontSize=16;strokeColor=#82b366;fillColor=#d5e8d4;" parent="1" vertex="1">
                    <mxGeometry x="-3020" y="-697.64" width="166" height="35.36" as="geometry"/>
                </mxCell>
                <mxCell id="4TwTlZcE6c9c0ARNET61-26" style="edgeStyle=none;html=1;exitX=1;exitY=0.5;exitDx=0;exitDy=0;entryX=0;entryY=0.5;entryDx=0;entryDy=0;" parent="1" source="4TwTlZcE6c9c0ARNET61-22" target="4TwTlZcE6c9c0ARNET61-23" edge="1">
                    <mxGeometry relative="1" as="geometry"/>
                </mxCell>
                <mxCell id="4TwTlZcE6c9c0ARNET61-28" style="edgeStyle=none;html=1;exitX=0.5;exitY=1;exitDx=0;exitDy=0;entryX=0;entryY=0.5;entryDx=0;entryDy=0;" parent="1" source="4TwTlZcE6c9c0ARNET61-22" target="4TwTlZcE6c9c0ARNET61-24" edge="1">
                    <mxGeometry relative="1" as="geometry">
                        <Array as="points">
                            <mxPoint x="-2711" y="-615.64"/>
                        </Array>
                    </mxGeometry>
                </mxCell>
                <mxCell id="4TwTlZcE6c9c0ARNET61-22" value="&lt;div&gt;&lt;b&gt;BSP LCD&lt;/b&gt;&lt;/div&gt;" style="rounded=0;whiteSpace=wrap;html=1;strokeWidth=2;fontSize=16;strokeColor=#9673a6;fillColor=#e1d5e7;" parent="1" vertex="1">
                    <mxGeometry x="-2794" y="-697.64" width="166" height="35.36" as="geometry"/>
                </mxCell>
                <mxCell id="4TwTlZcE6c9c0ARNET61-30" style="edgeStyle=none;html=1;exitX=1;exitY=0.5;exitDx=0;exitDy=0;entryX=0;entryY=0.5;entryDx=0;entryDy=0;" parent="1" source="4TwTlZcE6c9c0ARNET61-23" target="4TwTlZcE6c9c0ARNET61-29" edge="1">
                    <mxGeometry relative="1" as="geometry"/>
                </mxCell>
                <mxCell id="4TwTlZcE6c9c0ARNET61-23" value="&lt;div&gt;&lt;b&gt;BSP SPI&lt;/b&gt;&lt;/div&gt;" style="rounded=0;whiteSpace=wrap;html=1;strokeWidth=2;fontSize=16;strokeColor=#9673a6;fillColor=#e1d5e7;" parent="1" vertex="1">
                    <mxGeometry x="-2580" y="-697.64" width="166" height="35.36" as="geometry"/>
                </mxCell>
                <mxCell id="4TwTlZcE6c9c0ARNET61-27" style="edgeStyle=none;html=1;exitX=0.5;exitY=0;exitDx=0;exitDy=0;entryX=0.5;entryY=1;entryDx=0;entryDy=0;" parent="1" source="4TwTlZcE6c9c0ARNET61-24" target="4TwTlZcE6c9c0ARNET61-23" edge="1">
                    <mxGeometry relative="1" as="geometry"/>
                </mxCell>
                <mxCell id="4TwTlZcE6c9c0ARNET61-24" value="&lt;div&gt;&lt;b&gt;LVGL&lt;/b&gt;&lt;/div&gt;" style="rounded=0;whiteSpace=wrap;html=1;strokeWidth=2;fontSize=16;strokeColor=#6c8ebf;fillColor=#dae8fc;" parent="1" vertex="1">
                    <mxGeometry x="-2580" y="-633.3199999999999" width="166" height="35.36" as="geometry"/>
                </mxCell>
                <mxCell id="4TwTlZcE6c9c0ARNET61-29" value="&lt;div&gt;&lt;b&gt;LCD&lt;/b&gt;&lt;/div&gt;" style="rounded=0;whiteSpace=wrap;html=1;strokeWidth=2;fontSize=16;strokeColor=#b85450;fillColor=#f8cecc;" parent="1" vertex="1">
                    <mxGeometry x="-2354" y="-697.64" width="166" height="35.36" as="geometry"/>
                </mxCell>
                <mxCell id="4TwTlZcE6c9c0ARNET61-34" style="edgeStyle=none;html=1;exitX=1;exitY=0.5;exitDx=0;exitDy=0;entryX=0;entryY=0.5;entryDx=0;entryDy=0;" parent="1" source="4TwTlZcE6c9c0ARNET61-31" target="4TwTlZcE6c9c0ARNET61-32" edge="1">
                    <mxGeometry relative="1" as="geometry"/>
                </mxCell>
                <mxCell id="4TwTlZcE6c9c0ARNET61-31" value="&lt;div&gt;&lt;b&gt;System Network&lt;/b&gt;&lt;/div&gt;" style="rounded=0;whiteSpace=wrap;html=1;strokeWidth=2;fontSize=16;strokeColor=#82b366;fillColor=#d5e8d4;" parent="1" vertex="1">
                    <mxGeometry x="-3020" y="-563.9599999999999" width="166" height="35.36" as="geometry"/>
                </mxCell>
                <mxCell id="4TwTlZcE6c9c0ARNET61-35" style="edgeStyle=none;html=1;exitX=1;exitY=0.5;exitDx=0;exitDy=0;entryX=0;entryY=0.5;entryDx=0;entryDy=0;" parent="1" source="4TwTlZcE6c9c0ARNET61-32" target="4TwTlZcE6c9c0ARNET61-33" edge="1">
                    <mxGeometry relative="1" as="geometry"/>
                </mxCell>
                <mxCell id="4TwTlZcE6c9c0ARNET61-32" value="&lt;div&gt;&lt;b&gt;Protocol&lt;/b&gt;&lt;/div&gt;" style="rounded=0;whiteSpace=wrap;html=1;strokeWidth=2;fontSize=16;strokeColor=#6c8ebf;fillColor=#dae8fc;" parent="1" vertex="1">
                    <mxGeometry x="-2794" y="-563.9599999999999" width="166" height="35.36" as="geometry"/>
                </mxCell>
                <mxCell id="4TwTlZcE6c9c0ARNET61-33" value="&lt;div&gt;&lt;b&gt;BLE Driver&lt;/b&gt;&lt;/div&gt;" style="rounded=0;whiteSpace=wrap;html=1;strokeWidth=2;fontSize=16;strokeColor=#d79b00;fillColor=#ffe6cc;" parent="1" vertex="1">
                    <mxGeometry x="-2580" y="-563.9599999999999" width="166" height="35.36" as="geometry"/>
                </mxCell>
                <mxCell id="4TwTlZcE6c9c0ARNET61-40" style="edgeStyle=none;html=1;exitX=1;exitY=0.5;exitDx=0;exitDy=0;entryX=0;entryY=0.5;entryDx=0;entryDy=0;" parent="1" source="4TwTlZcE6c9c0ARNET61-36" target="4TwTlZcE6c9c0ARNET61-37" edge="1">
                    <mxGeometry relative="1" as="geometry"/>
                </mxCell>
                <mxCell id="4TwTlZcE6c9c0ARNET61-36" value="&lt;div&gt;&lt;b&gt;System UI&lt;/b&gt;&lt;/div&gt;" style="rounded=0;whiteSpace=wrap;html=1;strokeWidth=2;fontSize=16;strokeColor=#82b366;fillColor=#d5e8d4;" parent="1" vertex="1">
                    <mxGeometry x="-3020" y="-474.99999999999994" width="166" height="35.36" as="geometry"/>
                </mxCell>
                <mxCell id="4TwTlZcE6c9c0ARNET61-42" style="edgeStyle=none;html=1;exitX=1;exitY=0.5;exitDx=0;exitDy=0;entryX=0;entryY=0.5;entryDx=0;entryDy=0;" parent="1" source="4TwTlZcE6c9c0ARNET61-37" target="4TwTlZcE6c9c0ARNET61-38" edge="1">
                    <mxGeometry relative="1" as="geometry"/>
                </mxCell>
                <mxCell id="4TwTlZcE6c9c0ARNET61-37" value="&lt;div&gt;&lt;b&gt;BSP LED&lt;/b&gt;&lt;/div&gt;" style="rounded=0;whiteSpace=wrap;html=1;strokeWidth=2;fontSize=16;strokeColor=#9673a6;fillColor=#e1d5e7;" parent="1" vertex="1">
                    <mxGeometry x="-2794" y="-474.99999999999994" width="166" height="35.36" as="geometry"/>
                </mxCell>
                <mxCell id="4TwTlZcE6c9c0ARNET61-43" style="edgeStyle=none;html=1;exitX=1;exitY=0.5;exitDx=0;exitDy=0;entryX=0;entryY=0.5;entryDx=0;entryDy=0;" parent="1" source="4TwTlZcE6c9c0ARNET61-38" target="4TwTlZcE6c9c0ARNET61-39" edge="1">
                    <mxGeometry relative="1" as="geometry"/>
                </mxCell>
                <mxCell id="4TwTlZcE6c9c0ARNET61-38" value="&lt;div&gt;&lt;b&gt;LED RGB Driver&lt;/b&gt;&lt;/div&gt;" style="rounded=0;whiteSpace=wrap;html=1;strokeWidth=2;fontSize=16;strokeColor=#d79b00;fillColor=#ffe6cc;" parent="1" vertex="1">
                    <mxGeometry x="-2580" y="-474.99999999999994" width="166" height="35.36" as="geometry"/>
                </mxCell>
                <mxCell id="4TwTlZcE6c9c0ARNET61-39" value="&lt;div&gt;&lt;b&gt;LED RGB Driver&lt;/b&gt;&lt;/div&gt;" style="rounded=0;whiteSpace=wrap;html=1;strokeWidth=2;fontSize=16;strokeColor=#b85450;fillColor=#f8cecc;" parent="1" vertex="1">
                    <mxGeometry x="-2354" y="-474.99999999999994" width="166" height="35.36" as="geometry"/>
                </mxCell>
                <mxCell id="4TwTlZcE6c9c0ARNET61-48" style="edgeStyle=none;html=1;exitX=1;exitY=0.5;exitDx=0;exitDy=0;entryX=0;entryY=0.5;entryDx=0;entryDy=0;" parent="1" source="4TwTlZcE6c9c0ARNET61-44" target="4TwTlZcE6c9c0ARNET61-45" edge="1">
                    <mxGeometry relative="1" as="geometry"/>
                </mxCell>
                <mxCell id="4TwTlZcE6c9c0ARNET61-44" value="&lt;div&gt;&lt;b&gt;System Button&lt;/b&gt;&lt;/div&gt;" style="rounded=0;whiteSpace=wrap;html=1;strokeWidth=2;fontSize=16;strokeColor=#82b366;fillColor=#d5e8d4;" parent="1" vertex="1">
                    <mxGeometry x="-3020" y="-394.63999999999993" width="166" height="35.36" as="geometry"/>
                </mxCell>
                <mxCell id="4TwTlZcE6c9c0ARNET61-49" style="edgeStyle=none;html=1;exitX=1;exitY=0.5;exitDx=0;exitDy=0;entryX=0;entryY=0.5;entryDx=0;entryDy=0;" parent="1" source="4TwTlZcE6c9c0ARNET61-45" target="4TwTlZcE6c9c0ARNET61-46" edge="1">
                    <mxGeometry relative="1" as="geometry"/>
                </mxCell>
                <mxCell id="4TwTlZcE6c9c0ARNET61-45" value="&lt;div&gt;&lt;b&gt;BSP Button&lt;/b&gt;&lt;/div&gt;" style="rounded=0;whiteSpace=wrap;html=1;strokeWidth=2;fontSize=16;strokeColor=#9673a6;fillColor=#e1d5e7;" parent="1" vertex="1">
                    <mxGeometry x="-2794" y="-394.63999999999993" width="166" height="35.36" as="geometry"/>
                </mxCell>
                <mxCell id="4TwTlZcE6c9c0ARNET61-50" style="edgeStyle=none;html=1;exitX=1;exitY=0.5;exitDx=0;exitDy=0;entryX=0;entryY=0.5;entryDx=0;entryDy=0;" parent="1" source="4TwTlZcE6c9c0ARNET61-46" target="4TwTlZcE6c9c0ARNET61-47" edge="1">
                    <mxGeometry relative="1" as="geometry"/>
                </mxCell>
                <mxCell id="4TwTlZcE6c9c0ARNET61-46" value="&lt;div&gt;&lt;b&gt;Touch Button Driver&lt;/b&gt;&lt;/div&gt;" style="rounded=0;whiteSpace=wrap;html=1;strokeWidth=2;fontSize=16;strokeColor=#d79b00;fillColor=#ffe6cc;" parent="1" vertex="1">
                    <mxGeometry x="-2580" y="-394.63999999999993" width="166" height="35.36" as="geometry"/>
                </mxCell>
                <mxCell id="4TwTlZcE6c9c0ARNET61-47" value="&lt;div&gt;&lt;b&gt;Button&lt;/b&gt;&lt;/div&gt;" style="rounded=0;whiteSpace=wrap;html=1;strokeWidth=2;fontSize=16;strokeColor=#b85450;fillColor=#f8cecc;" parent="1" vertex="1">
                    <mxGeometry x="-2354" y="-394.63999999999993" width="166" height="35.36" as="geometry"/>
                </mxCell>
                <mxCell id="MiA4n1oYire04GwYlbGZ-6" style="edgeStyle=none;html=1;exitX=1;exitY=0.5;exitDx=0;exitDy=0;entryX=0;entryY=0.5;entryDx=0;entryDy=0;" parent="1" source="MiA4n1oYire04GwYlbGZ-4" target="MiA4n1oYire04GwYlbGZ-5" edge="1">
                    <mxGeometry relative="1" as="geometry"/>
                </mxCell>
                <mxCell id="MiA4n1oYire04GwYlbGZ-4" value="&lt;div&gt;&lt;b&gt;System Settings&lt;/b&gt;&lt;/div&gt;" style="rounded=0;whiteSpace=wrap;html=1;strokeWidth=2;fontSize=16;strokeColor=#82b366;fillColor=#d5e8d4;" parent="1" vertex="1">
                    <mxGeometry x="-3020" y="-313.42999999999995" width="166" height="35.36" as="geometry"/>
                </mxCell>
                <mxCell id="MiA4n1oYire04GwYlbGZ-8" style="edgeStyle=none;html=1;exitX=1;exitY=0.5;exitDx=0;exitDy=0;entryX=0;entryY=0.5;entryDx=0;entryDy=0;" parent="1" source="MiA4n1oYire04GwYlbGZ-5" target="MiA4n1oYire04GwYlbGZ-7" edge="1">
                    <mxGeometry relative="1" as="geometry"/>
                </mxCell>
                <mxCell id="MiA4n1oYire04GwYlbGZ-5" value="&lt;div&gt;&lt;b&gt;BSP Flash&lt;/b&gt;&lt;/div&gt;" style="rounded=0;whiteSpace=wrap;html=1;strokeWidth=2;fontSize=16;strokeColor=#9673a6;fillColor=#e1d5e7;" parent="1" vertex="1">
                    <mxGeometry x="-2794" y="-313.42999999999995" width="166" height="35.36" as="geometry"/>
                </mxCell>
                <mxCell id="MiA4n1oYire04GwYlbGZ-7" value="&lt;b&gt;Flash&lt;/b&gt;" style="rounded=0;whiteSpace=wrap;html=1;strokeWidth=2;fontSize=16;strokeColor=#b85450;fillColor=#f8cecc;" parent="1" vertex="1">
                    <mxGeometry x="-2580" y="-313.42999999999995" width="166" height="35.36" as="geometry"/>
                </mxCell>
                <mxCell id="MiA4n1oYire04GwYlbGZ-13" style="edgeStyle=none;html=1;exitX=1;exitY=0.5;exitDx=0;exitDy=0;entryX=0;entryY=0.5;entryDx=0;entryDy=0;" parent="1" source="MiA4n1oYire04GwYlbGZ-9" target="MiA4n1oYire04GwYlbGZ-12" edge="1">
                    <mxGeometry relative="1" as="geometry"/>
                </mxCell>
                <mxCell id="MiA4n1oYire04GwYlbGZ-9" value="&lt;div&gt;&lt;b&gt;BSP RTC&lt;/b&gt;&lt;/div&gt;" style="rounded=0;whiteSpace=wrap;html=1;strokeWidth=2;fontSize=16;strokeColor=#9673a6;fillColor=#e1d5e7;" parent="1" vertex="1">
                    <mxGeometry x="-2794" y="-760" width="166" height="35.36" as="geometry"/>
                </mxCell>
                <mxCell id="MiA4n1oYire04GwYlbGZ-12" value="&lt;div&gt;&lt;b&gt;RTC Counter&lt;/b&gt;&lt;/div&gt;" style="rounded=0;whiteSpace=wrap;html=1;strokeWidth=2;fontSize=16;strokeColor=#b85450;fillColor=#f8cecc;" parent="1" vertex="1">
                    <mxGeometry x="-2354" y="-760" width="166" height="35.36" as="geometry"/>
                </mxCell>
                <mxCell id="MiA4n1oYire04GwYlbGZ-17" style="edgeStyle=none;html=1;exitX=0.5;exitY=1;exitDx=0;exitDy=0;entryX=0.5;entryY=0;entryDx=0;entryDy=0;" parent="1" source="MiA4n1oYire04GwYlbGZ-14" target="MiA4n1oYire04GwYlbGZ-15" edge="1">
                    <mxGeometry relative="1" as="geometry"/>
                </mxCell>
                <mxCell id="MiA4n1oYire04GwYlbGZ-14" value="&lt;b&gt;Boot Mode&lt;/b&gt;" style="rounded=0;whiteSpace=wrap;html=1;strokeWidth=2;fontSize=16;strokeColor=#6c8ebf;fillColor=#dae8fc;gradientColor=#7ea6e0;" parent="1" vertex="1">
                    <mxGeometry x="-1890" y="-915.36" width="166" height="85.36" as="geometry"/>
                </mxCell>
                <mxCell id="MiA4n1oYire04GwYlbGZ-18" style="edgeStyle=none;html=1;exitX=0.25;exitY=1;exitDx=0;exitDy=0;entryX=0.25;entryY=0;entryDx=0;entryDy=0;startArrow=none;startFill=0;" parent="1" source="MiA4n1oYire04GwYlbGZ-15" target="MiA4n1oYire04GwYlbGZ-16" edge="1">
                    <mxGeometry relative="1" as="geometry"/>
                </mxCell>
                <mxCell id="MiA4n1oYire04GwYlbGZ-39" value="Click&amp;nbsp;" style="edgeLabel;html=1;align=center;verticalAlign=middle;resizable=0;points=[];" parent="MiA4n1oYire04GwYlbGZ-18" vertex="1" connectable="0">
                    <mxGeometry x="0.029" y="-2" relative="1" as="geometry">
                        <mxPoint as="offset"/>
                    </mxGeometry>
                </mxCell>
                <mxCell id="MiA4n1oYire04GwYlbGZ-15" value="&lt;b&gt;Standby Mode&lt;/b&gt;" style="rounded=0;whiteSpace=wrap;html=1;strokeWidth=2;fontSize=16;strokeColor=#82b366;fillColor=#d5e8d4;gradientColor=#97d077;" parent="1" vertex="1">
                    <mxGeometry x="-1890" y="-760" width="166" height="85.36" as="geometry"/>
                </mxCell>
                <mxCell id="MiA4n1oYire04GwYlbGZ-21" style="edgeStyle=none;html=1;exitX=0.25;exitY=1;exitDx=0;exitDy=0;entryX=0.25;entryY=0;entryDx=0;entryDy=0;startArrow=none;startFill=0;" parent="1" source="MiA4n1oYire04GwYlbGZ-16" target="MiA4n1oYire04GwYlbGZ-20" edge="1">
                    <mxGeometry relative="1" as="geometry"/>
                </mxCell>
                <mxCell id="MiA4n1oYire04GwYlbGZ-40" value="Hold 1 second" style="edgeLabel;html=1;align=center;verticalAlign=middle;resizable=0;points=[];" parent="MiA4n1oYire04GwYlbGZ-21" vertex="1" connectable="0">
                    <mxGeometry x="-0.0488" y="-2" relative="1" as="geometry">
                        <mxPoint as="offset"/>
                    </mxGeometry>
                </mxCell>
                <mxCell id="MiA4n1oYire04GwYlbGZ-34" style="edgeStyle=none;html=1;exitX=1;exitY=0.5;exitDx=0;exitDy=0;entryX=1;entryY=0.5;entryDx=0;entryDy=0;" parent="1" source="MiA4n1oYire04GwYlbGZ-15" target="MiA4n1oYire04GwYlbGZ-31" edge="1">
                    <mxGeometry relative="1" as="geometry">
                        <Array as="points">
                            <mxPoint x="-1640" y="-717"/>
                            <mxPoint x="-1640" y="-563"/>
                            <mxPoint x="-1640" y="-300"/>
                        </Array>
                    </mxGeometry>
                </mxCell>
                <mxCell id="MiA4n1oYire04GwYlbGZ-41" value="Hold 5 seconds" style="edgeLabel;html=1;align=center;verticalAlign=middle;resizable=0;points=[];" parent="MiA4n1oYire04GwYlbGZ-34" vertex="1" connectable="0">
                    <mxGeometry x="-0.9021" y="-4" relative="1" as="geometry">
                        <mxPoint x="52" y="373" as="offset"/>
                    </mxGeometry>
                </mxCell>
                <mxCell id="MiA4n1oYire04GwYlbGZ-36" style="edgeStyle=none;html=1;exitX=1;exitY=0.5;exitDx=0;exitDy=0;" parent="1" source="MiA4n1oYire04GwYlbGZ-16" edge="1">
                    <mxGeometry relative="1" as="geometry">
                        <mxPoint x="-1640" y="-563" as="targetPoint"/>
                    </mxGeometry>
                </mxCell>
                <mxCell id="MiA4n1oYire04GwYlbGZ-16" value="&lt;b&gt;Menu Mode&lt;/b&gt;" style="rounded=0;whiteSpace=wrap;html=1;strokeWidth=2;fontSize=16;strokeColor=#d6b656;fillColor=#fff2cc;gradientColor=#ffd966;" parent="1" vertex="1">
                    <mxGeometry x="-1890" y="-605.36" width="166" height="85.36" as="geometry"/>
                </mxCell>
                <mxCell id="MiA4n1oYire04GwYlbGZ-32" style="edgeStyle=none;html=1;exitX=0.5;exitY=1;exitDx=0;exitDy=0;entryX=0.5;entryY=0;entryDx=0;entryDy=0;" parent="1" source="MiA4n1oYire04GwYlbGZ-20" target="MiA4n1oYire04GwYlbGZ-31" edge="1">
                    <mxGeometry relative="1" as="geometry"/>
                </mxCell>
                <mxCell id="MiA4n1oYire04GwYlbGZ-43" value="Hold 5 seconds" style="edgeLabel;html=1;align=center;verticalAlign=middle;resizable=0;points=[];" parent="MiA4n1oYire04GwYlbGZ-32" vertex="1" connectable="0">
                    <mxGeometry x="-0.0662" y="-1" relative="1" as="geometry">
                        <mxPoint y="1" as="offset"/>
                    </mxGeometry>
                </mxCell>
                <mxCell id="MiA4n1oYire04GwYlbGZ-37" style="edgeStyle=none;html=1;exitX=1;exitY=0.5;exitDx=0;exitDy=0;" parent="1" source="MiA4n1oYire04GwYlbGZ-20" edge="1">
                    <mxGeometry relative="1" as="geometry">
                        <mxPoint x="-1640" y="-402" as="targetPoint"/>
                    </mxGeometry>
                </mxCell>
                <mxCell id="MiA4n1oYire04GwYlbGZ-20" value="&lt;b&gt;Settings Mode&lt;/b&gt;" style="rounded=0;whiteSpace=wrap;html=1;strokeWidth=2;fontSize=16;strokeColor=#996185;fillColor=#e6d0de;gradientColor=#d5739d;" parent="1" vertex="1">
                    <mxGeometry x="-1890" y="-445" width="166" height="85.36" as="geometry"/>
                </mxCell>
                <mxCell id="MiA4n1oYire04GwYlbGZ-26" style="edgeStyle=none;html=1;exitX=0.5;exitY=0;exitDx=0;exitDy=0;entryX=1;entryY=0.25;entryDx=0;entryDy=0;" parent="1" source="MiA4n1oYire04GwYlbGZ-22" target="MiA4n1oYire04GwYlbGZ-23" edge="1">
                    <mxGeometry relative="1" as="geometry">
                        <Array as="points">
                            <mxPoint x="-1040" y="-826"/>
                        </Array>
                    </mxGeometry>
                </mxCell>
                <mxCell id="MiA4n1oYire04GwYlbGZ-22" value="&lt;b&gt;Sleep State&lt;/b&gt;" style="rounded=0;whiteSpace=wrap;html=1;strokeWidth=2;fontSize=16;strokeColor=#36393d;fillColor=#cce5ff;" parent="1" vertex="1">
                    <mxGeometry x="-1200" y="-733" width="320" height="209.36" as="geometry"/>
                </mxCell>
                <mxCell id="MiA4n1oYire04GwYlbGZ-24" value="Active State" style="text;html=1;align=center;verticalAlign=middle;resizable=0;points=[];autosize=1;strokeColor=none;fillColor=none;strokeWidth=1;fontSize=18;fontStyle=1" parent="1" vertex="1">
                    <mxGeometry x="-2060" y="-1020" width="120" height="40" as="geometry"/>
                </mxCell>
                <mxCell id="MiA4n1oYire04GwYlbGZ-30" style="edgeStyle=none;html=1;exitX=0.5;exitY=1;exitDx=0;exitDy=0;entryX=0.5;entryY=0;entryDx=0;entryDy=0;" parent="1" source="MiA4n1oYire04GwYlbGZ-29" target="MiA4n1oYire04GwYlbGZ-14" edge="1">
                    <mxGeometry relative="1" as="geometry"/>
                </mxCell>
                <mxCell id="MiA4n1oYire04GwYlbGZ-29" value="" style="ellipse;whiteSpace=wrap;html=1;aspect=fixed;" parent="1" vertex="1">
                    <mxGeometry x="-1823.1399999999999" y="-992.28" width="32.28" height="32.28" as="geometry"/>
                </mxCell>
                <mxCell id="MiA4n1oYire04GwYlbGZ-31" value="" style="ellipse;whiteSpace=wrap;html=1;aspect=fixed;" parent="1" vertex="1">
                    <mxGeometry x="-1823.1399999999999" y="-318.28" width="32.28" height="32.28" as="geometry"/>
                </mxCell>
                <mxCell id="MiA4n1oYire04GwYlbGZ-33" value="" style="ellipse;whiteSpace=wrap;html=1;aspect=fixed;fillColor=#76608a;fontColor=#ffffff;strokeColor=#432D57;" parent="1" vertex="1">
                    <mxGeometry x="-1816.14" y="-311.28" width="18.28" height="18.28" as="geometry"/>
                </mxCell>
                <mxCell id="MiA4n1oYire04GwYlbGZ-44" value="&lt;b&gt;Settings Mode&lt;/b&gt;" style="rounded=0;whiteSpace=wrap;html=1;strokeWidth=2;fontSize=16;strokeColor=#996185;fillColor=#e6d0de;gradientColor=#d5739d;" parent="1" vertex="1">
                    <mxGeometry x="-670" y="-940" width="166" height="85.36" as="geometry"/>
                </mxCell>
                <mxCell id="MiA4n1oYire04GwYlbGZ-45" style="edgeStyle=none;html=1;exitX=0.75;exitY=1;exitDx=0;exitDy=0;entryX=0.75;entryY=0;entryDx=0;entryDy=0;startArrow=classic;startFill=1;endArrow=none;endFill=0;" parent="1" edge="1">
                    <mxGeometry relative="1" as="geometry">
                        <mxPoint x="-1765.500000000001" y="-674.6399999999999" as="sourcePoint"/>
                        <mxPoint x="-1765.500000000001" y="-605.3600000000001" as="targetPoint"/>
                    </mxGeometry>
                </mxCell>
                <mxCell id="MiA4n1oYire04GwYlbGZ-46" value="Double Click&amp;nbsp;" style="edgeLabel;html=1;align=center;verticalAlign=middle;resizable=0;points=[];" parent="MiA4n1oYire04GwYlbGZ-45" vertex="1" connectable="0">
                    <mxGeometry x="0.029" y="-2" relative="1" as="geometry">
                        <mxPoint as="offset"/>
                    </mxGeometry>
                </mxCell>
                <mxCell id="MiA4n1oYire04GwYlbGZ-48" style="edgeStyle=none;html=1;exitX=0.75;exitY=0;exitDx=0;exitDy=0;entryX=0.75;entryY=1;entryDx=0;entryDy=0;startArrow=none;startFill=0;" parent="1" source="MiA4n1oYire04GwYlbGZ-20" target="MiA4n1oYire04GwYlbGZ-16" edge="1">
                    <mxGeometry relative="1" as="geometry">
                        <mxPoint x="-1839" y="-510" as="sourcePoint"/>
                        <mxPoint x="-1839" y="-435" as="targetPoint"/>
                    </mxGeometry>
                </mxCell>
                <mxCell id="MiA4n1oYire04GwYlbGZ-49" value="Double Click" style="edgeLabel;html=1;align=center;verticalAlign=middle;resizable=0;points=[];" parent="MiA4n1oYire04GwYlbGZ-48" vertex="1" connectable="0">
                    <mxGeometry x="-0.0488" y="-2" relative="1" as="geometry">
                        <mxPoint as="offset"/>
                    </mxGeometry>
                </mxCell>
            </root>
        </mxGraphModel>
    </diagram>
</mxfile>